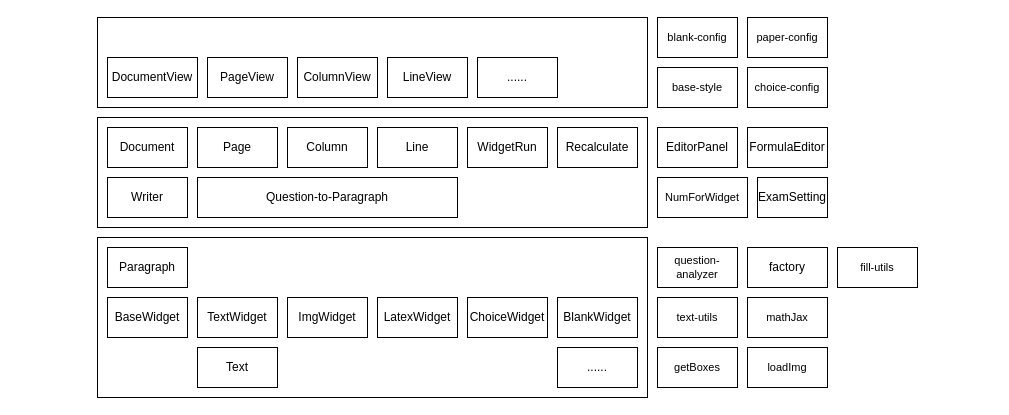
Earlier version of the draw.io diagram 答题卡架构图.drawio (LeeGenD/draw.io). Source tidied: cells renumbered, new cells numbered last; positions are measured from the earlier drawing's top-left corner, leaving out a move shared by most shapes. Both pictures are drawn from the tidied source at 100%, with x=0, y=0 at pixel (97, 17).
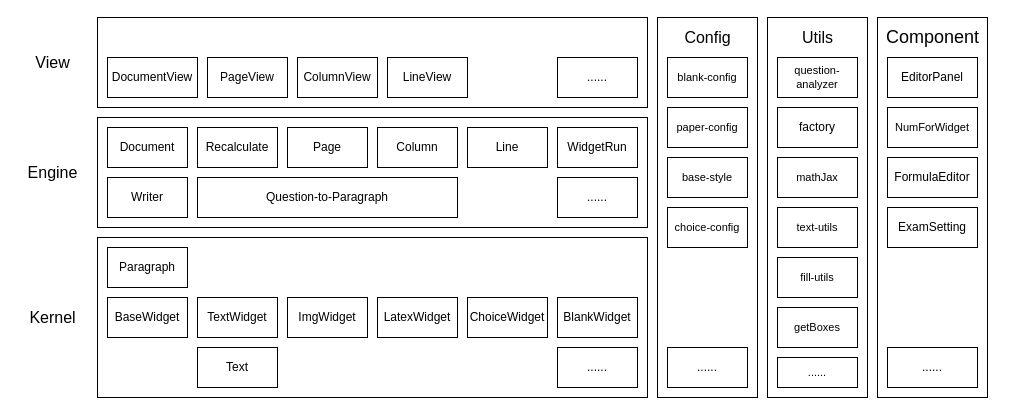
After the change.

Commit message (it also covers changes not shown here):
更新答题卡架构图.drawio

What changed in the source:
```diff
@@
+    <mxCell id="42" style="rounded=0;whiteSpace=wrap;html=1;fontSize=11;" parent="1" vertex="1">
+      <mxGeometry x="780" width="110" height="380" as="geometry" />
+    </mxCell>
+    <mxCell id="43" style="rounded=0;whiteSpace=wrap;html=1;fontSize=11;" parent="1" vertex="1">
+      <mxGeometry x="670" width="100" height="380" as="geometry" />
+    </mxCell>
+    <mxCell id="44" style="rounded=0;whiteSpace=wrap;html=1;fontSize=11;" parent="1" vertex="1">
+      <mxGeometry x="560" width="100" height="380" as="geometry" />
+    </mxCell>
@@
     <mxCell id="16" value="factory" style="rounded=0;whiteSpace=wrap;html=1;" parent="1" vertex="1">
-      <mxGeometry x="650" y="230" width="80" height="40" as="geometry" />
+      <mxGeometry x="680" y="90" width="80" height="40" as="geometry" />
     </mxCell>
@@
     <mxCell id="18" value="Page" style="rounded=0;whiteSpace=wrap;html=1;" parent="1" vertex="1">
-      <mxGeometry x="100" y="110" width="80" height="40" as="geometry" />
+      <mxGeometry x="190" y="110" width="80" height="40" as="geometry" />
     </mxCell>
     <mxCell id="19" value="Column" style="rounded=0;whiteSpace=wrap;html=1;" parent="1" vertex="1">
-      <mxGeometry x="190" y="110" width="80" height="40" as="geometry" />
+      <mxGeometry x="280" y="110" width="80" height="40" as="geometry" />
     </mxCell>
     <mxCell id="20" value="Line" style="rounded=0;whiteSpace=wrap;html=1;" parent="1" vertex="1">
-      <mxGeometry x="280" y="110" width="80" height="40" as="geometry" />
+      <mxGeometry x="370" y="110" width="80" height="40" as="geometry" />
     </mxCell>
     <mxCell id="21" value="WidgetRun" style="rounded=0;whiteSpace=wrap;html=1;" parent="1" vertex="1">
-      <mxGeometry x="370" y="110" width="80" height="40" as="geometry" />
+      <mxGeometry x="460" y="110" width="80" height="40" as="geometry" />
     </mxCell>
     <mxCell id="22" value="EditorPanel" style="rounded=0;whiteSpace=wrap;html=1;" parent="1" vertex="1">
-      <mxGeometry x="560" y="110" width="80" height="40" as="geometry" />
+      <mxGeometry x="790" y="40" width="90" height="40" as="geometry" />
     </mxCell>
     <mxCell id="23" value="ExamSetting" style="rounded=0;whiteSpace=wrap;html=1;" parent="1" vertex="1">
-      <mxGeometry x="660" y="160" width="70" height="40" as="geometry" />
+      <mxGeometry x="790" y="190" width="90" height="40" as="geometry" />
     </mxCell>
     <mxCell id="24" value="FormulaEditor" style="rounded=0;whiteSpace=wrap;html=1;" parent="1" vertex="1">
-      <mxGeometry x="650" y="110" width="80" height="40" as="geometry" />
+      <mxGeometry x="790" y="140" width="90" height="40" as="geometry" />
     </mxCell>
     <mxCell id="25" value="&lt;font style=&quot;font-size: 11px;&quot;&gt;NumForWidget&lt;/font&gt;" style="rounded=0;whiteSpace=wrap;html=1;fontSize=10;" parent="1" vertex="1">
-      <mxGeometry x="560" y="160" width="90" height="40" as="geometry" />
+      <mxGeometry x="790" y="90" width="90" height="40" as="geometry" />
     </mxCell>
     <mxCell id="26" value="&lt;font style=&quot;font-size: 11px;&quot;&gt;base-style&lt;/font&gt;" style="rounded=0;whiteSpace=wrap;html=1;fontSize=10;" parent="1" vertex="1">
-      <mxGeometry x="560" y="50" width="80" height="40" as="geometry" />
+      <mxGeometry x="570" y="140" width="80" height="40" as="geometry" />
     </mxCell>
     <mxCell id="27" value="&lt;font style=&quot;font-size: 11px;&quot;&gt;choice-config&lt;/font&gt;" style="rounded=0;whiteSpace=wrap;html=1;fontSize=10;" parent="1" vertex="1">
-      <mxGeometry x="650" y="50" width="80" height="40" as="geometry" />
+      <mxGeometry x="570" y="190" width="80" height="40" as="geometry" />
     </mxCell>
     <mxCell id="28" value="&lt;font style=&quot;font-size: 11px;&quot;&gt;blank-config&lt;/font&gt;" style="rounded=0;whiteSpace=wrap;html=1;fontSize=10;" parent="1" vertex="1">
-      <mxGeometry x="560" width="80" height="40" as="geometry" />
+      <mxGeometry x="570" y="40" width="80" height="40" as="geometry" />
     </mxCell>
     <mxCell id="29" value="&lt;font style=&quot;font-size: 11px;&quot;&gt;paper-config&lt;/font&gt;" style="rounded=0;whiteSpace=wrap;html=1;fontSize=10;" parent="1" vertex="1">
-      <mxGeometry x="650" width="80" height="40" as="geometry" />
+      <mxGeometry x="570" y="90" width="80" height="40" as="geometry" />
     </mxCell>
     <mxCell id="30" value="&lt;font style=&quot;font-size: 11px;&quot;&gt;fill-utils&lt;/font&gt;" style="rounded=0;whiteSpace=wrap;html=1;fontSize=10;" parent="1" vertex="1">
-      <mxGeometry x="740" y="230" width="80" height="40" as="geometry" />
+      <mxGeometry x="680" y="240" width="80" height="40" as="geometry" />
     </mxCell>
     <mxCell id="31" value="&lt;font style=&quot;font-size: 11px;&quot;&gt;getBoxes&lt;/font&gt;" style="rounded=0;whiteSpace=wrap;html=1;fontSize=10;" parent="1" vertex="1">
-      <mxGeometry x="560" y="330" width="80" height="40" as="geometry" />
+      <mxGeometry x="680" y="290" width="80" height="40" as="geometry" />
     </mxCell>
-    <mxCell id="32" value="&lt;font style=&quot;font-size: 11px;&quot;&gt;loadImg&lt;/font&gt;" style="rounded=0;whiteSpace=wrap;html=1;fontSize=10;" parent="1" vertex="1">
-      <mxGeometry x="650" y="330" width="80" height="40" as="geometry" />
+    <mxCell id="32" value="&lt;span style=&quot;font-size: 11px;&quot;&gt;......&lt;/span&gt;" style="rounded=0;whiteSpace=wrap;html=1;fontSize=10;" parent="1" vertex="1">
+      <mxGeometry x="680" y="340" width="80" height="30" as="geometry" />
     </mxCell>
     <mxCell id="33" value="&lt;font style=&quot;font-size: 11px;&quot;&gt;mathJax&lt;/font&gt;" style="rounded=0;whiteSpace=wrap;html=1;fontSize=10;" parent="1" vertex="1">
-      <mxGeometry x="650" y="280" width="80" height="40" as="geometry" />
+      <mxGeometry x="680" y="140" width="80" height="40" as="geometry" />
     </mxCell>
     <mxCell id="34" value="&lt;font style=&quot;font-size: 11px;&quot;&gt;question-analyzer&lt;/font&gt;" style="rounded=0;whiteSpace=wrap;html=1;fontSize=10;" parent="1" vertex="1">
-      <mxGeometry x="560" y="230" width="80" height="40" as="geometry" />
+      <mxGeometry x="680" y="40" width="80" height="40" as="geometry" />
     </mxCell>
     <mxCell id="35" value="&lt;font style=&quot;font-size: 11px;&quot;&gt;text-utils&lt;/font&gt;" style="rounded=0;whiteSpace=wrap;html=1;fontSize=10;" parent="1" vertex="1">
-      <mxGeometry x="560" y="280" width="80" height="40" as="geometry" />
+      <mxGeometry x="680" y="190" width="80" height="40" as="geometry" />
     </mxCell>
     <mxCell id="36" value="Recalculate" style="rounded=0;whiteSpace=wrap;html=1;" parent="1" vertex="1">
-      <mxGeometry x="460" y="110" width="80" height="40" as="geometry" />
+      <mxGeometry x="100" y="110" width="80" height="40" as="geometry" />
     </mxCell>
@@
     <mxCell id="41" value="......" style="rounded=0;whiteSpace=wrap;html=1;" parent="1" vertex="1">
-      <mxGeometry x="380" y="40" width="80" height="40" as="geometry" />
+      <mxGeometry x="460" y="40" width="80" height="40" as="geometry" />
     </mxCell>
+    <mxCell id="45" value="......" style="rounded=0;whiteSpace=wrap;html=1;" parent="1" vertex="1">
+      <mxGeometry x="570" y="330" width="80" height="40" as="geometry" />
+    </mxCell>
+    <mxCell id="46" value="......" style="rounded=0;whiteSpace=wrap;html=1;" parent="1" vertex="1">
+      <mxGeometry x="790" y="330" width="90" height="40" as="geometry" />
+    </mxCell>
+    <mxCell id="47" value="......" style="rounded=0;whiteSpace=wrap;html=1;" parent="1" vertex="1">
+      <mxGeometry x="460" y="160" width="80" height="40" as="geometry" />
+    </mxCell>
+    <mxCell id="48" value="&lt;font style=&quot;font-size: 16px;&quot;&gt;View&lt;/font&gt;" style="text;html=1;align=center;verticalAlign=middle;strokeColor=none;fillColor=none;" parent="1" vertex="1">
+      <mxGeometry x="-75" y="30" width="60" height="30" as="geometry" />
+    </mxCell>
+    <mxCell id="49" value="&lt;font style=&quot;font-size: 16px;&quot;&gt;Engine&lt;/font&gt;" style="text;html=1;align=center;verticalAlign=middle;strokeColor=none;fillColor=none;" parent="1" vertex="1">
+      <mxGeometry x="-80" y="140" width="70" height="30" as="geometry" />
+    </mxCell>
+    <mxCell id="50" value="&lt;font style=&quot;font-size: 16px;&quot;&gt;Kernel&lt;/font&gt;" style="text;html=1;align=center;verticalAlign=middle;strokeColor=none;fillColor=none;" parent="1" vertex="1">
+      <mxGeometry x="-80" y="285" width="70" height="30" as="geometry" />
+    </mxCell>
+    <mxCell id="51" value="&lt;font style=&quot;font-size: 16px;&quot;&gt;Config&lt;/font&gt;" style="text;html=1;align=center;verticalAlign=middle;strokeColor=none;fillColor=none;" parent="1" vertex="1">
+      <mxGeometry x="575" y="5" width="70" height="30" as="geometry" />
+    </mxCell>
+    <mxCell id="52" value="&lt;font style=&quot;font-size: 16px;&quot;&gt;Utils&lt;/font&gt;" style="text;html=1;align=center;verticalAlign=middle;strokeColor=none;fillColor=none;" parent="1" vertex="1">
+      <mxGeometry x="695" y="5" width="50" height="30" as="geometry" />
+    </mxCell>
+    <mxCell id="53" value="&lt;span style=&quot;font-size: 18px;&quot;&gt;Component&lt;/span&gt;" style="text;html=1;align=center;verticalAlign=middle;strokeColor=none;fillColor=none;" parent="1" vertex="1">
+      <mxGeometry x="775" width="120" height="40" as="geometry" />
+    </mxCell>
```
